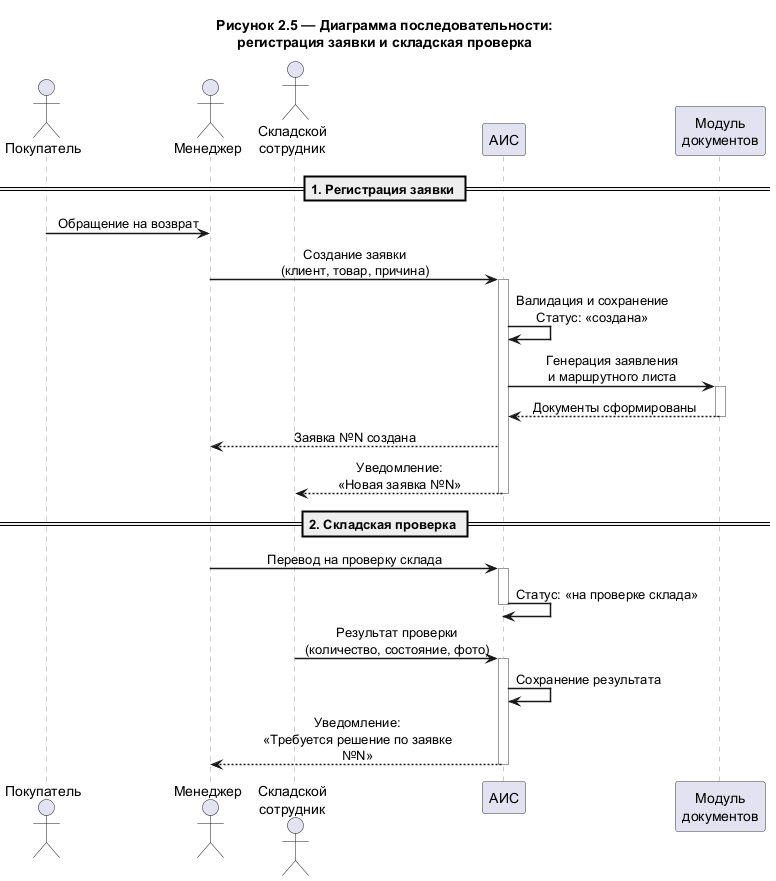
Earlier version of the PlantUML export diagrams/seq_stage1_registration.png (IlyaEranov/testingreg).
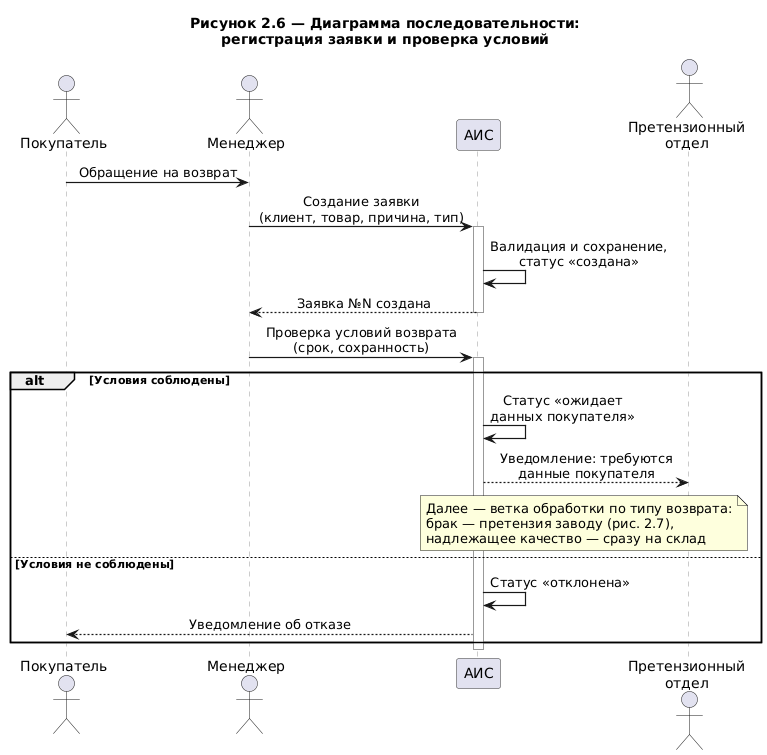
Later version of the same file.

Change to the diagram source:
```diff
@@ -1,45 +1,41 @@
 @startuml
 skinparam backgroundColor #FFFFFF
-skinparam sequenceArrowThickness 1.5
+skinparam sequenceArrowThickness 1.2
 skinparam sequenceParticipantBorderColor #333333
 skinparam sequenceLifeLineBorderColor #999999
 skinparam sequenceMessageAlign center
 skinparam responseMessageBelowArrow true
-skinparam maxMessageSize 200
+skinparam maxMessageSize 230
+skinparam defaultFontName "Segoe UI"
 
-title Рисунок 2.5 — Диаграмма последовательности:\nрегистрация заявки и складская проверка
+title Рисунок 2.6 — Диаграмма последовательности:\nрегистрация заявки и проверка условий
 
 actor "Покупатель" as customer
 actor "Менеджер" as manager
-actor "Складской\nсотрудник" as warehouse
 participant "АИС" as ais
-participant "Модуль\nдокументов" as docs
-
-== 1. Регистрация заявки ==
+actor "Претензионный\nотдел" as claims
 
 customer -> manager : Обращение на возврат
-manager -> ais : Создание заявки\n(клиент, товар, причина)
+manager -> ais : Создание заявки\n(клиент, товар, причина, тип)
 activate ais
-ais -> ais : Валидация и сохранение\nСтатус: «создана»
-ais -> docs : Генерация заявления\nи маршрутного листа
-activate docs
-docs --> ais : Документы сформированы
-deactivate docs
+ais -> ais : Валидация и сохранение,\nстатус «создана»
 ais --> manager : Заявка №N создана
-ais --> warehouse : Уведомление:\n«Новая заявка №N»
 deactivate ais
 
-== 2. Складская проверка ==
-
-manager -> ais : Перевод на проверку склада
+manager -> ais : Проверка условий возврата\n(срок, сохранность)
 activate ais
-ais -> ais : Статус: «на проверке склада»
-deactivate ais
-
-warehouse -> ais : Результат проверки\n(количество, состояние, фото)
-activate ais
-ais -> ais : Сохранение результата
-ais --> manager : Уведомление:\n«Требуется решение по заявке №N»
+alt Условия соблюдены
+    ais -> ais : Статус «ожидает\nданных покупателя»
+    ais --> claims : Уведомление: требуются\nданные покупателя
+    note over ais, claims
+      Далее — ветка обработки по типу возврата:
+      брак — претензия заводу (рис. 2.7),
+      надлежащее качество — сразу на склад
+    end note
+else Условия не соблюдены
+    ais -> ais : Статус «отклонена»
+    ais --> customer : Уведомление об отказе
+end
 deactivate ais
 
 @enduml
```
